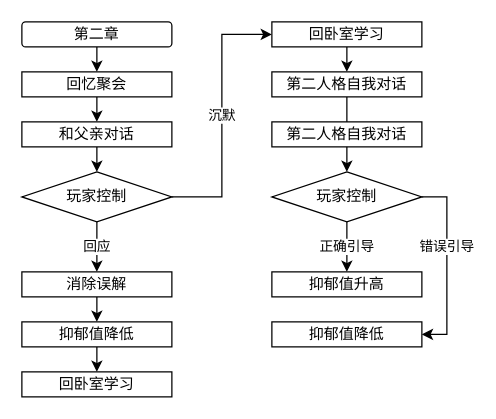
Before: 第二章.drawio in onlymyown/hello-world, a draw.io diagram. Source tidied: cells renumbered, new cells numbered last; positions are measured from the earlier drawing's top-left corner, leaving out a move shared by most shapes. Both pictures are drawn from the tidied source at 125%, with x=0, y=0 at pixel (21, 21).
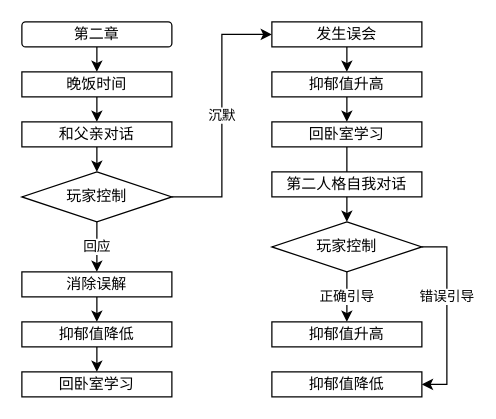
Above is the later version.

Commit message (it also covers changes not shown here):
更新第二章.drawio

What changed in the source:
```diff
@@
-    <mxCell id="5" value="回忆聚会" style="rounded=0;whiteSpace=wrap;html=1;" parent="1" vertex="1">
+    <mxCell id="5" value="晚饭时间" style="rounded=0;whiteSpace=wrap;html=1;" parent="1" vertex="1">
       <mxGeometry y="40" width="120" height="20" as="geometry" />
     </mxCell>
@@
-    <mxCell id="14" style="edgeStyle=orthogonalEdgeStyle;rounded=0;jettySize=auto;html=1;exitX=0.5;exitY=1;exitDx=0;exitDy=0;entryX=0.5;entryY=0;entryDx=0;entryDy=0;" parent="1" edge="1" source="15" target="17">
-      <mxGeometry relative="1" as="geometry" />
-    </mxCell>
+    <mxCell id="26" style="edgeStyle=orthogonalEdgeStyle;rounded=0;jettySize=auto;html=1;exitX=0.5;exitY=1;exitDx=0;exitDy=0;entryX=0.5;entryY=0;entryDx=0;entryDy=0;" parent="1" edge="1" source="15" target="28">
+      <mxGeometry relative="1" as="geometry" />
+    </mxCell>
-    <mxCell id="15" value="回卧室学习" style="rounded=0;whiteSpace=wrap;html=1;" parent="1" vertex="1">
+    <mxCell id="15" value="发生误会" style="rounded=0;whiteSpace=wrap;html=1;" parent="1" vertex="1">
       <mxGeometry x="200" width="120" height="20" as="geometry" />
     </mxCell>
@@
-    <mxCell id="17" value="第二人格自我对话" style="rounded=0;whiteSpace=wrap;html=1;" parent="1" vertex="1">
-      <mxGeometry x="200" y="40" width="120" height="20" as="geometry" />
+    <mxCell id="17" value="回卧室学习" style="rounded=0;whiteSpace=wrap;html=1;" parent="1" vertex="1">
+      <mxGeometry x="200" y="80" width="120" height="20" as="geometry" />
     </mxCell>
@@
     <mxCell id="20" value="玩家控制" style="rhombus;whiteSpace=wrap;html=1;" parent="1" vertex="1">
-      <mxGeometry x="200" y="120" width="120" height="40" as="geometry" />
+      <mxGeometry x="200" y="160" width="120" height="40" as="geometry" />
     </mxCell>
     <mxCell id="21" value="抑郁值升高" style="rounded=0;whiteSpace=wrap;html=1;" parent="1" vertex="1">
-      <mxGeometry x="200" y="200" width="120" height="20" as="geometry" />
+      <mxGeometry x="200" y="240" width="120" height="20" as="geometry" />
     </mxCell>
     <mxCell id="22" value="抑郁值降低" style="rounded=0;whiteSpace=wrap;html=1;" parent="1" vertex="1">
-      <mxGeometry x="200" y="240" width="120" height="20" as="geometry" />
+      <mxGeometry x="200" y="280" width="120" height="20" as="geometry" />
     </mxCell>
@@
     <mxCell id="25" value="第二人格自我对话" style="rounded=0;whiteSpace=wrap;html=1;" parent="1" vertex="1">
-      <mxGeometry x="200" y="80" width="120" height="20" as="geometry" />
+      <mxGeometry x="200" y="120" width="120" height="20" as="geometry" />
     </mxCell>
+    <mxCell id="27" style="edgeStyle=orthogonalEdgeStyle;rounded=0;jettySize=auto;html=1;exitX=0.5;exitY=1;exitDx=0;exitDy=0;entryX=0.5;entryY=0;entryDx=0;entryDy=0;" parent="1" edge="1" source="28" target="17">
+      <mxGeometry relative="1" as="geometry" />
+    </mxCell>
+    <mxCell id="28" value="抑郁值升高" style="rounded=0;whiteSpace=wrap;html=1;" parent="1" vertex="1">
+      <mxGeometry x="200" y="40" width="120" height="20" as="geometry" />
+    </mxCell>
```
